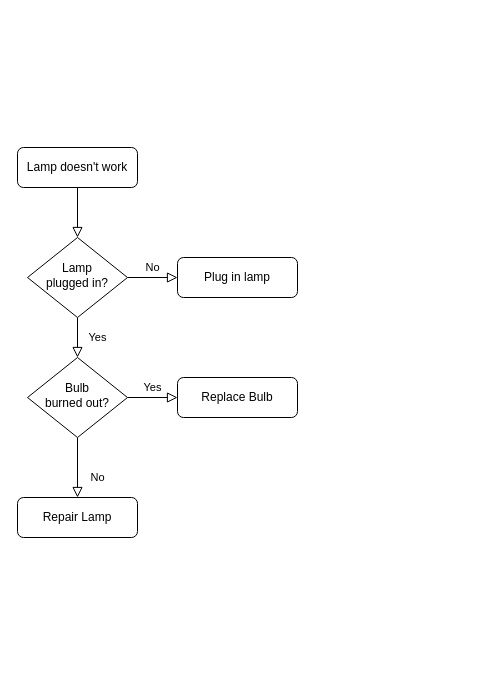
Jck123/school keeps this draw.io diagram as ITSC-1212/Lab_01/Untitled Diagram.drawio. Above is the earlier version. Source tidied: cells renumbered, new cells numbered last; positions are measured from the earlier drawing's top-left corner, leaving out a move shared by most shapes. Both pictures are drawn from the tidied source at 100%, with x=0, y=0 at pixel (17, 147).
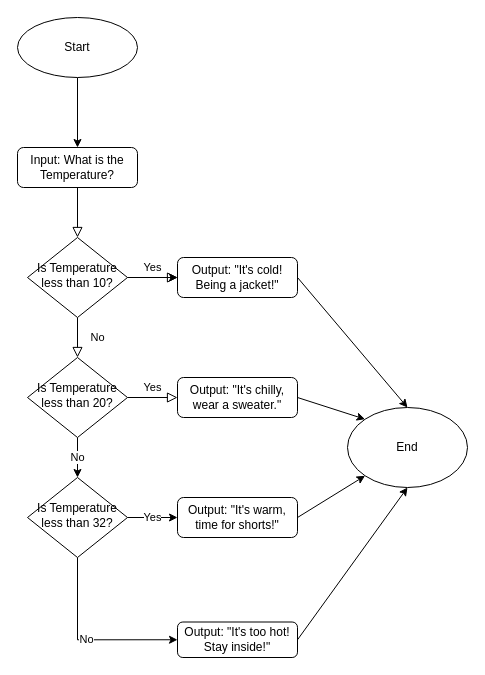
Above is the later version.

The edit, as a diff of the source:
```diff
@@
+    <mxCell id="13" style="edgeStyle=orthogonalEdgeStyle;rounded=0;jettySize=auto;html=1;exitX=0.5;exitY=1;exitDx=0;exitDy=0;entryX=0.5;entryY=0;entryDx=0;entryDy=0;" parent="1" edge="1" source="16" target="3">
+      <mxGeometry relative="1" as="geometry" />
+    </mxCell>
-    <mxCell id="3" value="Lamp doesn't work" style="rounded=1;whiteSpace=wrap;html=1;fontSize=12;glass=0;strokeWidth=1;shadow=0;" parent="1" vertex="1">
+    <mxCell id="3" value="Input: What is the Temperature?" style="rounded=1;whiteSpace=wrap;html=1;fontSize=12;glass=0;strokeWidth=1;shadow=0;" parent="1" vertex="1">
       <mxGeometry width="120" height="40" as="geometry" />
     </mxCell>
-    <mxCell id="4" value="Yes" style="rounded=0;html=1;jettySize=auto;fontSize=11;endArrow=block;endFill=0;endSize=8;strokeWidth=1;shadow=0;labelBackgroundColor=none;edgeStyle=orthogonalEdgeStyle;" parent="1" edge="1" source="6" target="10">
+    <mxCell id="4" value="No" style="rounded=0;html=1;jettySize=auto;fontSize=11;endArrow=block;endFill=0;endSize=8;strokeWidth=1;shadow=0;labelBackgroundColor=none;edgeStyle=orthogonalEdgeStyle;" parent="1" edge="1" source="6" target="10">
       <mxGeometry y="20" relative="1" as="geometry" />
     </mxCell>
-    <mxCell id="5" value="No" style="edgeStyle=orthogonalEdgeStyle;rounded=0;html=1;jettySize=auto;fontSize=11;endArrow=block;endFill=0;endSize=8;strokeWidth=1;shadow=0;labelBackgroundColor=none;" parent="1" edge="1" source="6" target="7">
+    <mxCell id="5" value="Yes" style="edgeStyle=orthogonalEdgeStyle;rounded=0;html=1;jettySize=auto;fontSize=11;endArrow=block;endFill=0;endSize=8;strokeWidth=1;shadow=0;labelBackgroundColor=none;" parent="1" edge="1" source="6" target="7">
       <mxGeometry y="10" relative="1" as="geometry" />
     </mxCell>
+    <mxCell id="14" style="edgeStyle=orthogonalEdgeStyle;rounded=0;jettySize=auto;html=1;" parent="1" edge="1" source="6" target="7">
+      <mxGeometry relative="1" as="geometry" />
+    </mxCell>
-    <mxCell id="6" value="Lamp&lt;br&gt;plugged in?" style="rhombus;whiteSpace=wrap;html=1;shadow=0;fontFamily=Helvetica;fontSize=12;align=center;strokeWidth=1;spacing=6;spacingTop=-4;" parent="1" vertex="1">
+    <mxCell id="6" value="Is Temperature less than 10?" style="rhombus;whiteSpace=wrap;html=1;shadow=0;fontFamily=Helvetica;fontSize=12;align=center;strokeWidth=1;spacing=6;spacingTop=-4;" parent="1" vertex="1">
       <mxGeometry x="10" y="90" width="100" height="80" as="geometry" />
     </mxCell>
-    <mxCell id="7" value="Plug in lamp" style="rounded=1;whiteSpace=wrap;html=1;fontSize=12;glass=0;strokeWidth=1;shadow=0;" parent="1" vertex="1">
+    <mxCell id="7" value="Output: &quot;It's cold! Being a jacket!&quot;" style="rounded=1;whiteSpace=wrap;html=1;fontSize=12;glass=0;strokeWidth=1;shadow=0;" parent="1" vertex="1">
       <mxGeometry x="160" y="110" width="120" height="40" as="geometry" />
     </mxCell>
-    <mxCell id="8" value="No" style="rounded=0;html=1;jettySize=auto;fontSize=11;endArrow=block;endFill=0;endSize=8;strokeWidth=1;shadow=0;labelBackgroundColor=none;edgeStyle=orthogonalEdgeStyle;" parent="1" edge="1" source="10" target="11">
-      <mxGeometry x="0.33" y="20" relative="1" as="geometry" />
-    </mxCell>
@@
+    <mxCell id="15" value="&lt;div&gt;No&lt;/div&gt;" style="edgeStyle=orthogonalEdgeStyle;rounded=0;jettySize=auto;html=1;" parent="1" edge="1" source="10" target="18">
+      <mxGeometry relative="1" as="geometry" />
+    </mxCell>
-    <mxCell id="10" value="Bulb&lt;br&gt;burned out?" style="rhombus;whiteSpace=wrap;html=1;shadow=0;fontFamily=Helvetica;fontSize=12;align=center;strokeWidth=1;spacing=6;spacingTop=-4;" parent="1" vertex="1">
+    <mxCell id="10" value="Is Temperature less than 20?" style="rhombus;whiteSpace=wrap;html=1;shadow=0;fontFamily=Helvetica;fontSize=12;align=center;strokeWidth=1;spacing=6;spacingTop=-4;" parent="1" vertex="1">
       <mxGeometry x="10" y="210" width="100" height="80" as="geometry" />
     </mxCell>
-    <mxCell id="11" value="Repair Lamp" style="rounded=1;whiteSpace=wrap;html=1;fontSize=12;glass=0;strokeWidth=1;shadow=0;" parent="1" vertex="1">
-      <mxGeometry y="350" width="120" height="40" as="geometry" />
-    </mxCell>
-    <mxCell id="12" value="Replace Bulb" style="rounded=1;whiteSpace=wrap;html=1;fontSize=12;glass=0;strokeWidth=1;shadow=0;" parent="1" vertex="1">
+    <mxCell id="12" value="Output: &quot;It's chilly, wear a sweater.&quot;" style="rounded=1;whiteSpace=wrap;html=1;fontSize=12;glass=0;strokeWidth=1;shadow=0;" parent="1" vertex="1">
       <mxGeometry x="160" y="230" width="120" height="40" as="geometry" />
     </mxCell>
+    <mxCell id="16" value="&lt;div&gt;Start&lt;/div&gt;" style="ellipse;whiteSpace=wrap;html=1;rounded=1;shadow=0;strokeWidth=1;glass=0;" parent="1" vertex="1">
+      <mxGeometry y="-130" width="120" height="60" as="geometry" />
+    </mxCell>
+    <mxCell id="17" value="No" style="edgeStyle=orthogonalEdgeStyle;rounded=0;jettySize=auto;html=1;entryX=0;entryY=0.5;entryDx=0;entryDy=0;exitX=0.5;exitY=1;exitDx=0;exitDy=0;" parent="1" edge="1" source="18" target="21">
+      <mxGeometry relative="1" as="geometry" />
+    </mxCell>
+    <mxCell id="18" value="Is Temperature less than 32?" style="rhombus;whiteSpace=wrap;html=1;shadow=0;fontFamily=Helvetica;fontSize=12;align=center;strokeWidth=1;spacing=6;spacingTop=-4;" parent="1" vertex="1">
+      <mxGeometry x="10" y="330" width="100" height="80" as="geometry" />
+    </mxCell>
+    <mxCell id="19" value="Output: &quot;It's warm, time for shorts!&quot;" style="rounded=1;whiteSpace=wrap;html=1;fillColor=#ffffff;" parent="1" vertex="1">
+      <mxGeometry x="160" y="350" width="120" height="40" as="geometry" />
+    </mxCell>
+    <mxCell id="20" value="Yes" style="endArrow=classic;html=1;exitX=1;exitY=0.5;exitDx=0;exitDy=0;entryX=0;entryY=0.5;entryDx=0;entryDy=0;" parent="1" edge="1" source="18" target="19">
+      <mxGeometry relative="1" as="geometry" />
+    </mxCell>
+    <mxCell id="21" value="Output: &quot;It's too hot! Stay inside!&quot;" style="rounded=1;whiteSpace=wrap;html=1;fillColor=#ffffff;" parent="1" vertex="1">
+      <mxGeometry x="160" y="474.5" width="120" height="35.5" as="geometry" />
+    </mxCell>
+    <mxCell id="22" value="End" style="ellipse;whiteSpace=wrap;html=1;fillColor=#ffffff;" parent="1" vertex="1">
+      <mxGeometry x="330" y="260" width="120" height="80" as="geometry" />
+    </mxCell>
+    <mxCell id="23" style="endArrow=classic;html=1;exitX=1;exitY=0.5;exitDx=0;exitDy=0;entryX=0.5;entryY=0;entryDx=0;entryDy=0;" parent="1" edge="1" source="7" target="22">
+      <mxGeometry relative="1" as="geometry" />
+    </mxCell>
+    <mxCell id="24" style="endArrow=classic;html=1;exitX=1;exitY=0.5;exitDx=0;exitDy=0;entryX=0;entryY=0;entryDx=0;entryDy=0;" parent="1" edge="1" source="12" target="22">
+      <mxGeometry relative="1" as="geometry" />
+    </mxCell>
+    <mxCell id="25" style="endArrow=classic;html=1;exitX=1;exitY=0.5;exitDx=0;exitDy=0;entryX=0;entryY=1;entryDx=0;entryDy=0;" parent="1" edge="1" source="19" target="22">
+      <mxGeometry relative="1" as="geometry" />
+    </mxCell>
+    <mxCell id="26" style="endArrow=classic;html=1;exitX=1;exitY=0.5;exitDx=0;exitDy=0;entryX=0.5;entryY=1;entryDx=0;entryDy=0;" parent="1" edge="1" source="21" target="22">
+      <mxGeometry relative="1" as="geometry" />
+    </mxCell>
```
